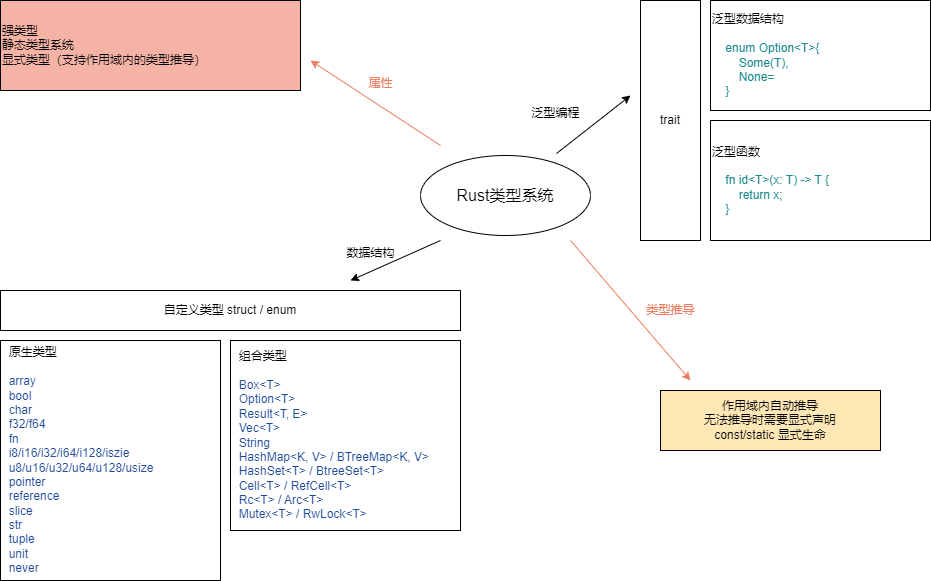
chenjianlong/books-code keeps this draw.io diagram as tyrchen-geektime-rust/images/type_system.png. Above is the earlier version. Source tidied: cells renumbered, new cells last; positions are measured from the earlier drawing's top-left corner, leaving out a move shared by most shapes. The source it was exported from:
```xml
<mxGraphModel>
  <root>
    <mxCell id="0" />
    <mxCell id="1" parent="0" />
    <mxCell id="2" value="强类型&lt;div&gt;静态类型系统&lt;/div&gt;&lt;div&gt;显式类型（支持作用域内的类型推导）&lt;/div&gt;" style="rounded=0;whiteSpace=wrap;html=1;fillColor=#f5b3a5;align=left;" parent="1" vertex="1">
      <mxGeometry width="300" height="90" as="geometry" />
    </mxCell>
    <mxCell id="3" value="&lt;font style=&quot;font-size: 16px;&quot;&gt;Rust类型系统&lt;/font&gt;" style="ellipse;whiteSpace=wrap;html=1;" parent="1" vertex="1">
      <mxGeometry x="420" y="155" width="170" height="80" as="geometry" />
    </mxCell>
    <mxCell id="4" value="作用域内自动推导&lt;div&gt;无法推导时需要显式声明&lt;/div&gt;&lt;div&gt;const/static 显式生命&lt;/div&gt;" style="rounded=0;whiteSpace=wrap;html=1;fillColor=#fde7b5;" parent="1" vertex="1">
      <mxGeometry x="660" y="390" width="220" height="60" as="geometry" />
    </mxCell>
    <mxCell id="5" value="自定义类型 struct / enum" style="rounded=0;whiteSpace=wrap;html=1;" parent="1" vertex="1">
      <mxGeometry y="290" width="460" height="40" as="geometry" />
    </mxCell>
    <mxCell id="6" value="&amp;nbsp; 原生类型&lt;div&gt;&lt;br&gt;&lt;/div&gt;&lt;div&gt;&amp;nbsp; &lt;font color=&quot;#1f499a&quot;&gt;array&lt;/font&gt;&lt;/div&gt;&lt;div&gt;&lt;font color=&quot;#1f499a&quot;&gt;&amp;nbsp; bool&lt;/font&gt;&lt;/div&gt;&lt;div&gt;&lt;font color=&quot;#1f499a&quot;&gt;&amp;nbsp; char&lt;/font&gt;&lt;/div&gt;&lt;div&gt;&lt;font color=&quot;#1f499a&quot;&gt;&amp;nbsp; f32/f64&lt;/font&gt;&lt;/div&gt;&lt;div&gt;&lt;font color=&quot;#1f499a&quot;&gt;&amp;nbsp; fn&lt;/font&gt;&lt;/div&gt;&lt;div&gt;&lt;font color=&quot;#1f499a&quot;&gt;&amp;nbsp; i8/i16/i32/i64/i128/iszie&lt;/font&gt;&lt;/div&gt;&lt;div&gt;&lt;font color=&quot;#1f499a&quot;&gt;&amp;nbsp; u8/u16/u32/u64/u128/usize&lt;/font&gt;&lt;/div&gt;&lt;div&gt;&lt;font color=&quot;#1f499a&quot;&gt;&amp;nbsp; pointer&lt;/font&gt;&lt;/div&gt;&lt;div&gt;&lt;font color=&quot;#1f499a&quot;&gt;&amp;nbsp; reference&lt;/font&gt;&lt;/div&gt;&lt;div&gt;&lt;font color=&quot;#1f499a&quot;&gt;&amp;nbsp; slice&lt;/font&gt;&lt;/div&gt;&lt;div&gt;&lt;font color=&quot;#1f499a&quot;&gt;&amp;nbsp; str&lt;/font&gt;&lt;/div&gt;&lt;div&gt;&lt;font color=&quot;#1f499a&quot;&gt;&amp;nbsp; tuple&lt;/font&gt;&lt;/div&gt;&lt;div&gt;&lt;font color=&quot;#1f499a&quot;&gt;&amp;nbsp; unit&lt;/font&gt;&lt;/div&gt;&lt;div&gt;&lt;font color=&quot;#1f499a&quot;&gt;&amp;nbsp; never&lt;/font&gt;&lt;/div&gt;" style="rounded=0;whiteSpace=wrap;html=1;align=left;" parent="1" vertex="1">
      <mxGeometry y="340" width="220" height="240" as="geometry" />
    </mxCell>
    <mxCell id="7" value="&amp;nbsp; 组合类型&lt;div&gt;&lt;font color=&quot;#1f499a&quot;&gt;&lt;br&gt;&lt;/font&gt;&lt;/div&gt;&lt;div&gt;&lt;font color=&quot;#1f499a&quot;&gt;&amp;nbsp; Box&amp;lt;T&amp;gt;&lt;/font&gt;&lt;/div&gt;&lt;div&gt;&lt;font color=&quot;#1f499a&quot;&gt;&amp;nbsp; Option&amp;lt;T&amp;gt;&lt;/font&gt;&lt;/div&gt;&lt;div&gt;&lt;font color=&quot;#1f499a&quot;&gt;&amp;nbsp; Result&amp;lt;T, E&amp;gt;&lt;/font&gt;&lt;/div&gt;&lt;div&gt;&lt;font color=&quot;#1f499a&quot;&gt;&amp;nbsp; Vec&amp;lt;T&amp;gt;&lt;/font&gt;&lt;/div&gt;&lt;div&gt;&lt;font color=&quot;#1f499a&quot;&gt;&amp;nbsp; String&lt;/font&gt;&lt;/div&gt;&lt;div&gt;&lt;font color=&quot;#1f499a&quot;&gt;&amp;nbsp; HashMap&amp;lt;K, V&amp;gt; / BTreeMap&amp;lt;K, V&amp;gt;&lt;/font&gt;&lt;/div&gt;&lt;div&gt;&lt;font color=&quot;#1f499a&quot;&gt;&amp;nbsp; HashSet&amp;lt;T&amp;gt; / BtreeSet&amp;lt;T&amp;gt;&lt;/font&gt;&lt;/div&gt;&lt;div&gt;&lt;font color=&quot;#1f499a&quot;&gt;&amp;nbsp; Cell&amp;lt;T&amp;gt; / RefCell&amp;lt;T&amp;gt;&lt;/font&gt;&lt;/div&gt;&lt;div&gt;&lt;font color=&quot;#1f499a&quot;&gt;&amp;nbsp; Rc&amp;lt;T&amp;gt; / Arc&amp;lt;T&amp;gt;&lt;/font&gt;&lt;/div&gt;&lt;div&gt;&lt;font color=&quot;#1f499a&quot;&gt;&amp;nbsp; Mutex&amp;lt;T&amp;gt; / RwLock&amp;lt;T&amp;gt;&lt;/font&gt;&lt;/div&gt;" style="rounded=0;whiteSpace=wrap;html=1;align=left;" parent="1" vertex="1">
      <mxGeometry x="230" y="340" width="230" height="190" as="geometry" />
    </mxCell>
    <mxCell id="8" value="trait" style="rounded=0;whiteSpace=wrap;html=1;" parent="1" vertex="1">
      <mxGeometry x="640" width="60" height="240" as="geometry" />
    </mxCell>
    <mxCell id="9" value="泛型数据结构&lt;div&gt;&lt;span style=&quot;background-color: initial;&quot;&gt;&lt;br&gt;&lt;/span&gt;&lt;/div&gt;&lt;div&gt;&lt;span style=&quot;background-color: initial;&quot;&gt;&amp;nbsp; &amp;nbsp; &lt;font color=&quot;#1a898e&quot;&gt;enum Option&amp;lt;T&amp;gt;{&lt;/font&gt;&lt;/span&gt;&lt;/div&gt;&lt;div&gt;&lt;span style=&quot;background-color: initial;&quot;&gt;&lt;font color=&quot;#1a898e&quot;&gt;&amp;nbsp; &amp;nbsp; &amp;nbsp; &amp;nbsp; Some(T),&lt;/font&gt;&lt;/span&gt;&lt;/div&gt;&lt;div&gt;&lt;span style=&quot;background-color: initial;&quot;&gt;&lt;font color=&quot;#1a898e&quot;&gt;&amp;nbsp; &amp;nbsp; &amp;nbsp; &amp;nbsp; None=&lt;/font&gt;&lt;/span&gt;&lt;/div&gt;&lt;div&gt;&lt;span style=&quot;background-color: initial;&quot;&gt;&lt;font color=&quot;#1a898e&quot;&gt;&amp;nbsp; &amp;nbsp; }&lt;/font&gt;&lt;/span&gt;&lt;/div&gt;" style="rounded=0;whiteSpace=wrap;html=1;align=left;" parent="1" vertex="1">
      <mxGeometry x="710" width="220" height="110" as="geometry" />
    </mxCell>
    <mxCell id="10" value="泛型函数&lt;div&gt;&lt;span style=&quot;background-color: initial;&quot;&gt;&lt;br&gt;&lt;/span&gt;&lt;/div&gt;&lt;div&gt;&lt;span style=&quot;background-color: initial;&quot;&gt;&amp;nbsp; &amp;nbsp; &lt;font color=&quot;#1a898e&quot;&gt;fn id&amp;lt;T&amp;gt;(x: T) -&amp;gt; T {&lt;br&gt;&lt;/font&gt;&lt;/span&gt;&lt;/div&gt;&lt;div&gt;&lt;span style=&quot;background-color: initial;&quot;&gt;&lt;font color=&quot;#1a898e&quot;&gt;&amp;nbsp; &amp;nbsp; &amp;nbsp; &amp;nbsp; return x;&lt;/font&gt;&lt;/span&gt;&lt;/div&gt;&lt;div&gt;&lt;span style=&quot;background-color: initial;&quot;&gt;&lt;font color=&quot;#1a898e&quot;&gt;&amp;nbsp; &amp;nbsp; }&lt;/font&gt;&lt;/span&gt;&lt;/div&gt;" style="rounded=0;whiteSpace=wrap;html=1;align=left;" parent="1" vertex="1">
      <mxGeometry x="710" y="120" width="220" height="120" as="geometry" />
    </mxCell>
    <mxCell id="11" style="endArrow=classic;html=1;rounded=0;exitX=0.8;exitY=-0.025;exitDx=0;exitDy=0;exitPerimeter=0;" parent="1" edge="1" source="3">
      <mxGeometry relative="1" as="geometry">
        <mxPoint x="630" y="95" as="targetPoint" />
      </mxGeometry>
    </mxCell>
    <mxCell id="12" style="endArrow=classic;html=1;rounded=0;fontColor=#f5b3a5;strokeColor=#ed7c62;" parent="1" edge="1">
      <mxGeometry relative="1" as="geometry">
        <mxPoint x="440" y="145" as="sourcePoint" />
        <mxPoint x="310" y="60" as="targetPoint" />
      </mxGeometry>
    </mxCell>
    <mxCell id="13" style="endArrow=classic;html=1;rounded=0;" parent="1" edge="1">
      <mxGeometry relative="1" as="geometry">
        <mxPoint x="440" y="240" as="sourcePoint" />
        <mxPoint x="350" y="280" as="targetPoint" />
      </mxGeometry>
    </mxCell>
    <mxCell id="14" style="endArrow=classic;html=1;rounded=0;fontColor=#f5b3a5;strokeColor=#ed7c62;" parent="1" edge="1">
      <mxGeometry relative="1" as="geometry">
        <mxPoint x="570" y="240" as="sourcePoint" />
        <mxPoint x="690" y="380" as="targetPoint" />
      </mxGeometry>
    </mxCell>
    <mxCell id="15" value="类型推导" style="text;html=1;align=center;verticalAlign=middle;strokeColor=none;fillColor=none;fontColor=#ed7c62;" parent="1" vertex="1">
      <mxGeometry x="635" y="295" width="70" height="30" as="geometry" />
    </mxCell>
    <mxCell id="16" value="属性" style="text;html=1;align=center;verticalAlign=middle;strokeColor=none;fillColor=none;fontColor=#ed7c62;" parent="1" vertex="1">
      <mxGeometry x="355" y="68" width="50" height="30" as="geometry" />
    </mxCell>
    <mxCell id="17" value="数据结构" style="text;html=1;align=center;verticalAlign=middle;strokeColor=none;fillColor=none;" parent="1" vertex="1">
      <mxGeometry x="335" y="238" width="70" height="30" as="geometry" />
    </mxCell>
    <mxCell id="18" value="泛型编程" style="text;html=1;align=center;verticalAlign=middle;strokeColor=none;fillColor=none;" parent="1" vertex="1">
      <mxGeometry x="520" y="98" width="70" height="30" as="geometry" />
    </mxCell>
  </root>
</mxGraphModel>
```
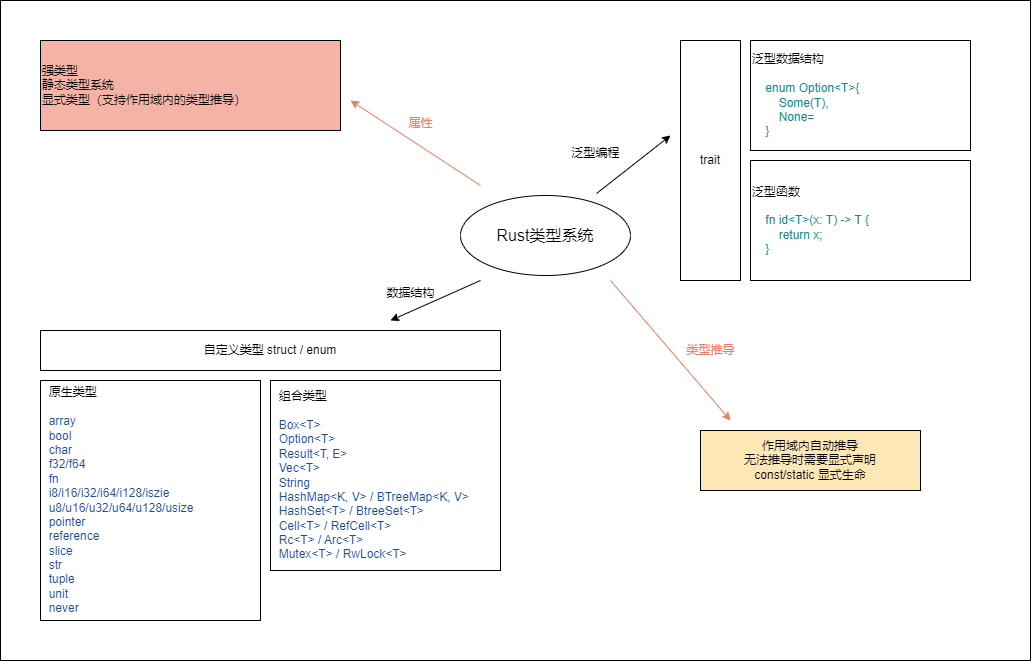
Above is the later version.

The edit, as a diff of the source:
```diff
@@ -2,6 +2,9 @@
   <root>
     <mxCell id="0" />
     <mxCell id="1" parent="0" />
+    <mxCell id="19" style="rounded=0;whiteSpace=wrap;html=1;" parent="1" vertex="1">
+      <mxGeometry x="-40" y="-40" width="1030" height="660" as="geometry" />
+    </mxCell>
     <mxCell id="2" value="强类型&lt;div&gt;静态类型系统&lt;/div&gt;&lt;div&gt;显式类型（支持作用域内的类型推导）&lt;/div&gt;" style="rounded=0;whiteSpace=wrap;html=1;fillColor=#f5b3a5;align=left;" parent="1" vertex="1">
       <mxGeometry width="300" height="90" as="geometry" />
     </mxCell>
```
